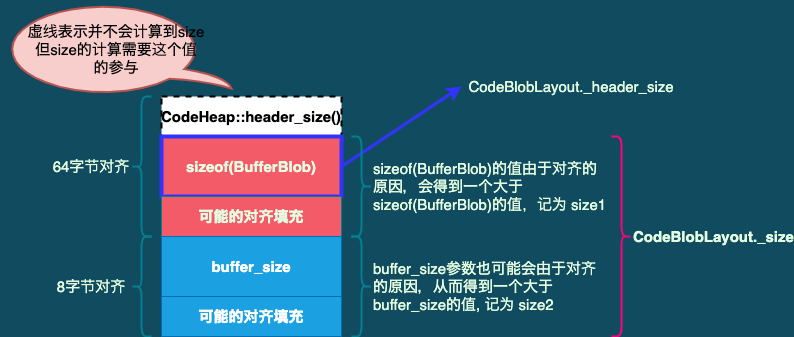
This is assets/CodeBlobLayout图示.png from gwwwwt/JDK-JVM-, a draw.io export, as it was before one commit. Source tidied: cells renumbered, new cells last; positions are measured from the earlier drawing's top-left corner, leaving out a move shared by most shapes.
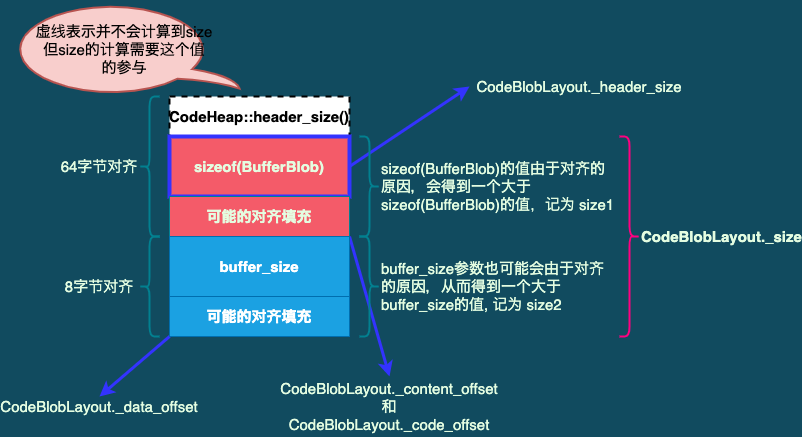
After the commit.

The edit, as a diff of the source:
```diff
@@ -31,9 +31,15 @@
     <mxCell id="10" value="sizeof(BufferBlob)的值由于对齐的原因，会得到一个大于sizeof(BufferBlob)的值，记为 size1" style="text;html=1;strokeColor=none;fillColor=none;align=left;verticalAlign=middle;whiteSpace=wrap;rounded=0;sketch=0;fontSize=15;fontColor=#E4FDE1;" parent="1" vertex="1">
       <mxGeometry x="370" y="165" width="240" height="40" as="geometry" />
     </mxCell>
+    <mxCell id="20" style="edgeStyle=none;rounded=1;sketch=0;jettySize=auto;html=1;exitX=1;exitY=0;exitDx=0;exitDy=0;fontSize=15;fontColor=#E4FDE1;strokeColor=#3333FF;strokeWidth=3;fillColor=#F45B69;entryX=0.5;entryY=0;entryDx=0;entryDy=0;" parent="1" edge="1" source="11" target="22">
+      <mxGeometry relative="1" as="geometry" />
+    </mxCell>
     <mxCell id="11" value="buffer_size" style="rounded=0;whiteSpace=wrap;html=1;sketch=0;strokeColor=#006EAF;fillColor=#1ba1e2;fontStyle=1;fontSize=15;fontColor=#ffffff;" parent="1" vertex="1">
       <mxGeometry x="160" y="235" width="180" height="60" as="geometry" />
     </mxCell>
+    <mxCell id="21" style="edgeStyle=none;rounded=1;sketch=0;jettySize=auto;html=1;exitX=0;exitY=1;exitDx=0;exitDy=0;fontSize=15;fontColor=#E4FDE1;strokeColor=#3333FF;strokeWidth=3;fillColor=#F45B69;entryX=0.5;entryY=0;entryDx=0;entryDy=0;" parent="1" edge="1" source="12" target="23">
+      <mxGeometry relative="1" as="geometry" />
+    </mxCell>
     <mxCell id="12" value="可能的对齐填充" style="rounded=0;whiteSpace=wrap;html=1;sketch=0;fontColor=#ffffff;strokeColor=#006EAF;fillColor=#1ba1e2;fontStyle=1;fontSize=15;" parent="1" vertex="1">
       <mxGeometry x="160" y="295" width="180" height="40" as="geometry" />
     </mxCell>
@@ -58,5 +64,11 @@
     <mxCell id="19" value="CodeBlobLayout._header_size" style="text;html=1;strokeColor=none;fillColor=none;align=center;verticalAlign=middle;whiteSpace=wrap;rounded=0;sketch=0;fontSize=15;fontColor=#E4FDE1;" parent="1" vertex="1">
       <mxGeometry x="460" y="75" width="220" height="20" as="geometry" />
     </mxCell>
+    <mxCell id="22" value="CodeBlobLayout._content_offset&lt;br&gt;和&lt;br&gt;CodeBlobLayout._code_offset" style="text;html=1;strokeColor=none;fillColor=none;align=center;verticalAlign=middle;whiteSpace=wrap;rounded=0;sketch=0;fontSize=15;fontColor=#E4FDE1;" parent="1" vertex="1">
+      <mxGeometry x="270" y="375" width="220" height="60" as="geometry" />
+    </mxCell>
+    <mxCell id="23" value="CodeBlobLayout._data_offset" style="text;html=1;strokeColor=none;fillColor=none;align=center;verticalAlign=middle;whiteSpace=wrap;rounded=0;sketch=0;fontSize=15;fontColor=#E4FDE1;" parent="1" vertex="1">
+      <mxGeometry x="30" y="395" width="120" height="20" as="geometry" />
+    </mxCell>
   </root>
 </mxGraphModel>
```
